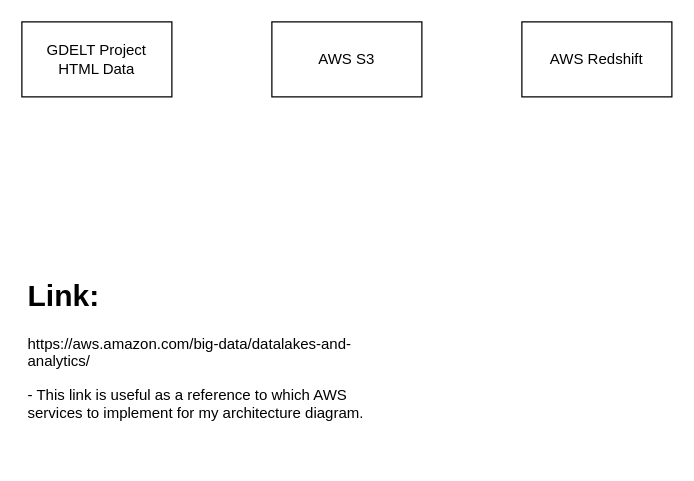
This is OE_Capstone_Step_7.drawio from JamesHizon/Open-ended-Capstone-Step-7, a draw.io file, before an edit. Source tidied: cells renumbered, new cells numbered last; positions are measured from the earlier drawing's top-left corner, leaving out a move shared by most shapes. Both pictures are drawn from the tidied source at 125%, with x=0, y=0 at pixel (21, 21).
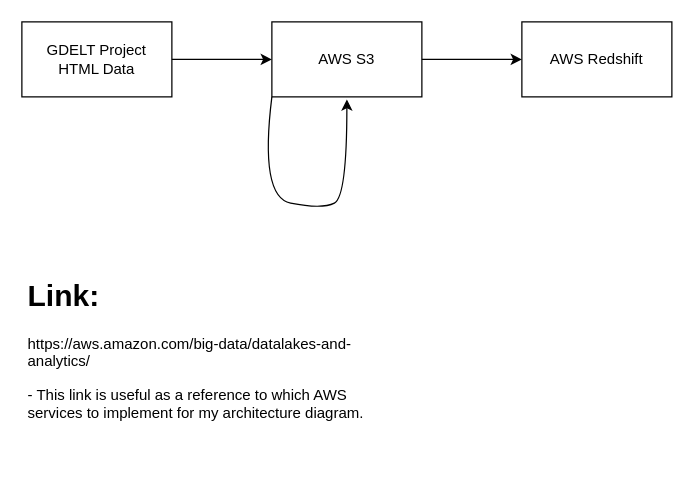
The same page after the edit.

What changed in the source:
```diff
@@
 <mxGraphModel>
   <root>
     <mxCell id="0" />
     <mxCell id="1" parent="0" />
     <mxCell id="2" value="GDELT Project &lt;br&gt;HTML Data" style="rounded=0;whiteSpace=wrap;html=1;" parent="1" vertex="1">
       <mxGeometry width="120" height="60" as="geometry" />
     </mxCell>
     <mxCell id="3" value="AWS S3" style="rounded=0;whiteSpace=wrap;html=1;" parent="1" vertex="1">
       <mxGeometry x="200" width="120" height="60" as="geometry" />
     </mxCell>
     <mxCell id="4" value="AWS Redshift" style="rounded=0;whiteSpace=wrap;html=1;" parent="1" vertex="1">
       <mxGeometry x="400" width="120" height="60" as="geometry" />
     </mxCell>
     <mxCell id="5" value="&lt;h1&gt;Link:&lt;/h1&gt;&lt;p&gt;https://aws.amazon.com/big-data/datalakes-and-analytics/&lt;/p&gt;&lt;p&gt;- This link is useful as a reference to which AWS services to implement for my architecture diagram.&lt;/p&gt;" style="text;html=1;strokeColor=none;fillColor=none;spacing=5;spacingTop=-20;whiteSpace=wrap;overflow=hidden;rounded=0;" parent="1" vertex="1">
       <mxGeometry y="200" width="290" height="150" as="geometry" />
     </mxCell>
+    <mxCell id="6" style="endArrow=classic;html=1;exitX=1;exitY=0.5;exitDx=0;exitDy=0;" parent="1" edge="1" source="2" target="3">
+      <mxGeometry relative="1" as="geometry" />
+    </mxCell>
+    <mxCell id="7" style="endArrow=classic;html=1;entryX=0;entryY=0.5;entryDx=0;entryDy=0;" parent="1" edge="1" target="4">
+      <mxGeometry relative="1" as="geometry">
+        <mxPoint x="320" y="30" as="sourcePoint" />
+      </mxGeometry>
+    </mxCell>
+    <mxCell id="8" style="curved=1;endArrow=classic;html=1;" parent="1" edge="1">
+      <mxGeometry relative="1" as="geometry">
+        <mxPoint x="200" y="60" as="sourcePoint" />
+        <mxPoint x="260" y="62" as="targetPoint" />
+        <Array as="points">
+          <mxPoint x="190" y="140" />
+          <mxPoint x="240" y="150" />
+          <mxPoint x="260" y="140" />
+        </Array>
+      </mxGeometry>
+    </mxCell>
   </root>
 </mxGraphModel>
```
